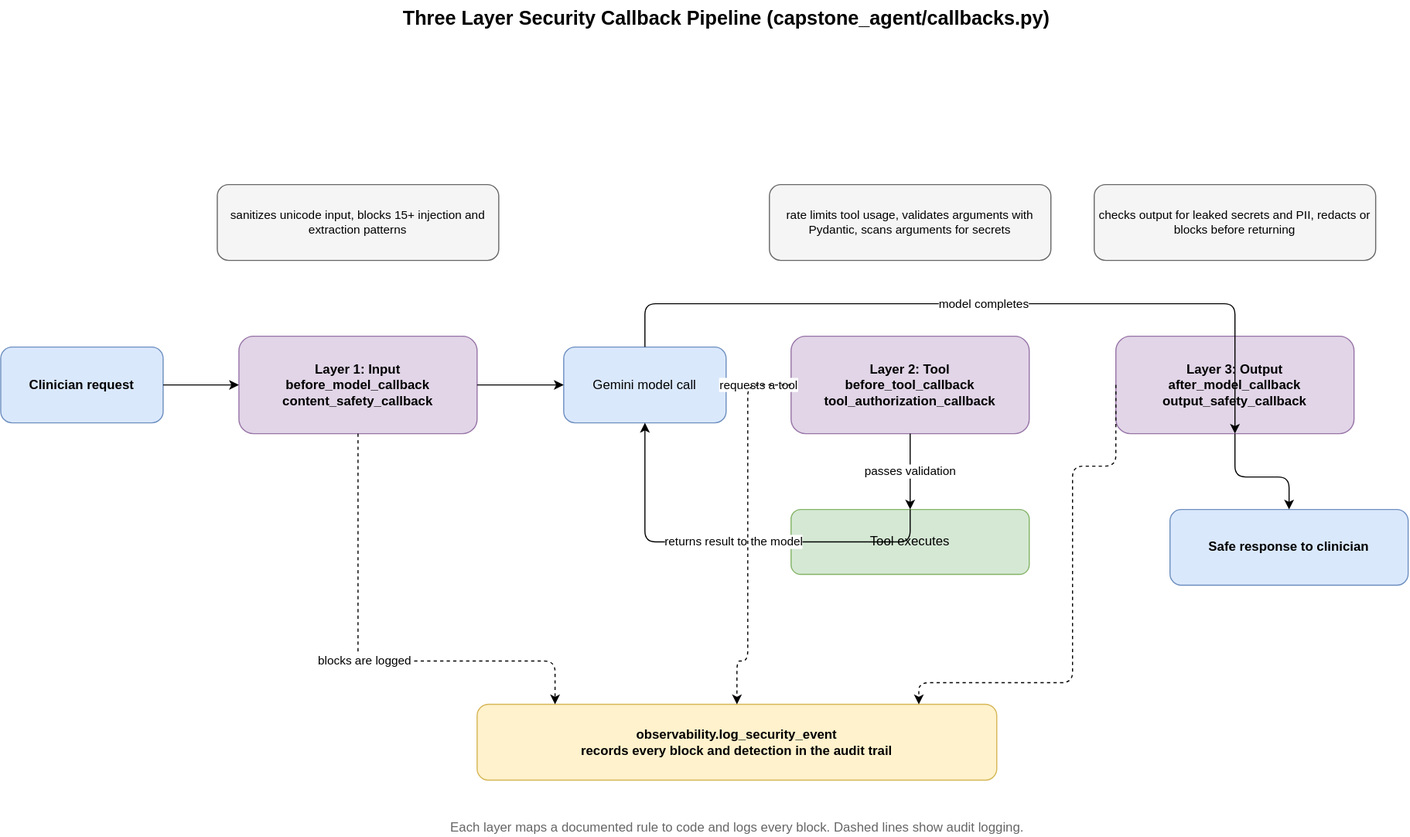
Above: frontend/public/diagrams/svg/11-security-pipeline.svg in GeorgiNaydenov/Google-Capstone-Project (draw.io), before the change. Source tidied: cells renumbered, new cells last; positions are measured from the earlier drawing's top-left corner, leaving out a move shared by most shapes.
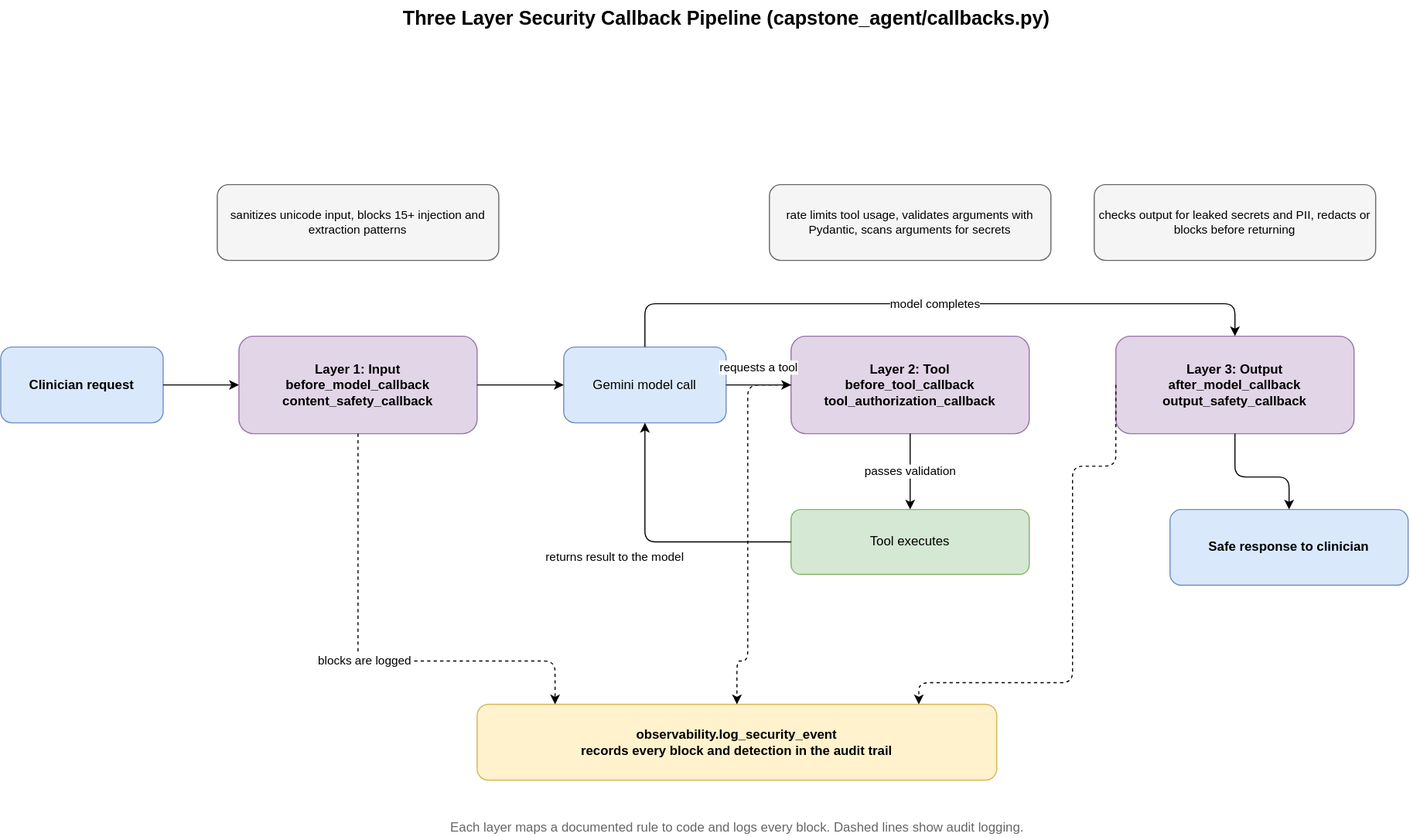
Above is the later version.

Diff of the diagram source:
```diff
@@ -45,19 +45,22 @@
       <mxGeometry relative="1" as="geometry" />
     </mxCell>
     <mxCell id="16" value="requests a tool" style="edgeStyle=orthogonalEdgeStyle;rounded=1;jettySize=auto;html=1;exitX=1;exitY=0.5;entryX=0;entryY=0.5;labelBackgroundColor=#ffffff;fontSize=11;" parent="1" edge="1" source="6" target="7">
-      <mxGeometry relative="1" as="geometry" />
+      <mxGeometry relative="1" as="geometry">
+        <mxPoint y="-16" as="offset" />
+      </mxGeometry>
     </mxCell>
     <mxCell id="17" value="passes validation" style="edgeStyle=orthogonalEdgeStyle;rounded=1;jettySize=auto;html=1;exitX=0.5;exitY=1;entryX=0.5;entryY=0;labelBackgroundColor=#ffffff;fontSize=11;" parent="1" edge="1" source="7" target="9">
       <mxGeometry relative="1" as="geometry" />
     </mxCell>
-    <mxCell id="18" value="returns result to the model" style="edgeStyle=orthogonalEdgeStyle;rounded=1;jettySize=auto;html=1;exitX=0.5;exitY=0;entryX=0.5;entryY=1;labelBackgroundColor=#ffffff;fontSize=11;" parent="1" edge="1" source="9" target="6">
+    <mxCell id="18" value="returns result to the model" style="edgeStyle=orthogonalEdgeStyle;rounded=1;jettySize=auto;html=1;exitX=0;exitY=0.5;entryX=0.5;entryY=1;labelBackgroundColor=#ffffff;fontSize=11;" parent="1" edge="1" source="9" target="6">
       <mxGeometry relative="1" as="geometry">
         <Array as="points">
           <mxPoint x="595" y="500" />
         </Array>
+        <mxPoint x="-40" y="14" as="offset" />
       </mxGeometry>
     </mxCell>
-    <mxCell id="19" value="model completes" style="edgeStyle=orthogonalEdgeStyle;rounded=1;jettySize=auto;html=1;exitX=0.5;exitY=0;entryX=0.5;entryY=1;labelBackgroundColor=#ffffff;fontSize=11;" parent="1" edge="1" source="6" target="10">
+    <mxCell id="19" value="model completes" style="edgeStyle=orthogonalEdgeStyle;rounded=1;jettySize=auto;html=1;exitX=0.5;exitY=0;entryX=0.5;entryY=0;labelBackgroundColor=#ffffff;fontSize=11;" parent="1" edge="1" source="6" target="10">
       <mxGeometry relative="1" as="geometry">
         <Array as="points">
           <mxPoint x="595" y="280" />
```
